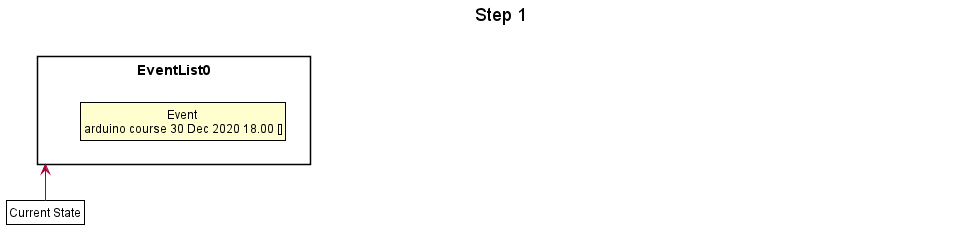
This is docs/EventDiagram/EventSteps/7Step1.png from nus-cs2113-AY2021S1/tp, a PlantUML export, as it was before one commit.
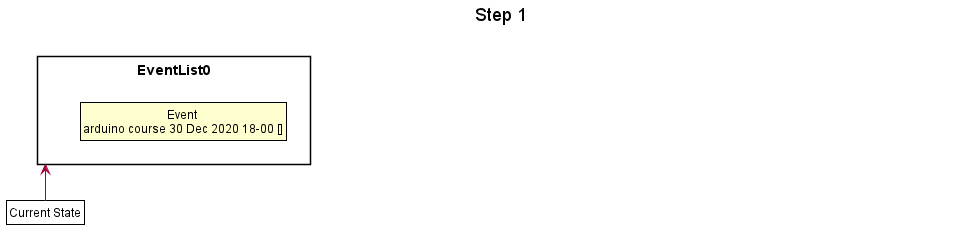
After the commit.

What changed in the source:
```diff
@@ -50,7 +50,7 @@
 title Step 1
 
 package EventList0 {
-    class State1 as "Event \narduino course 30 Dec 2020 18.00 []"
+    class State1 as "Event \narduino course 30 Dec 2020 18-00 []"
 }
 
 package MemberList0 {
```
